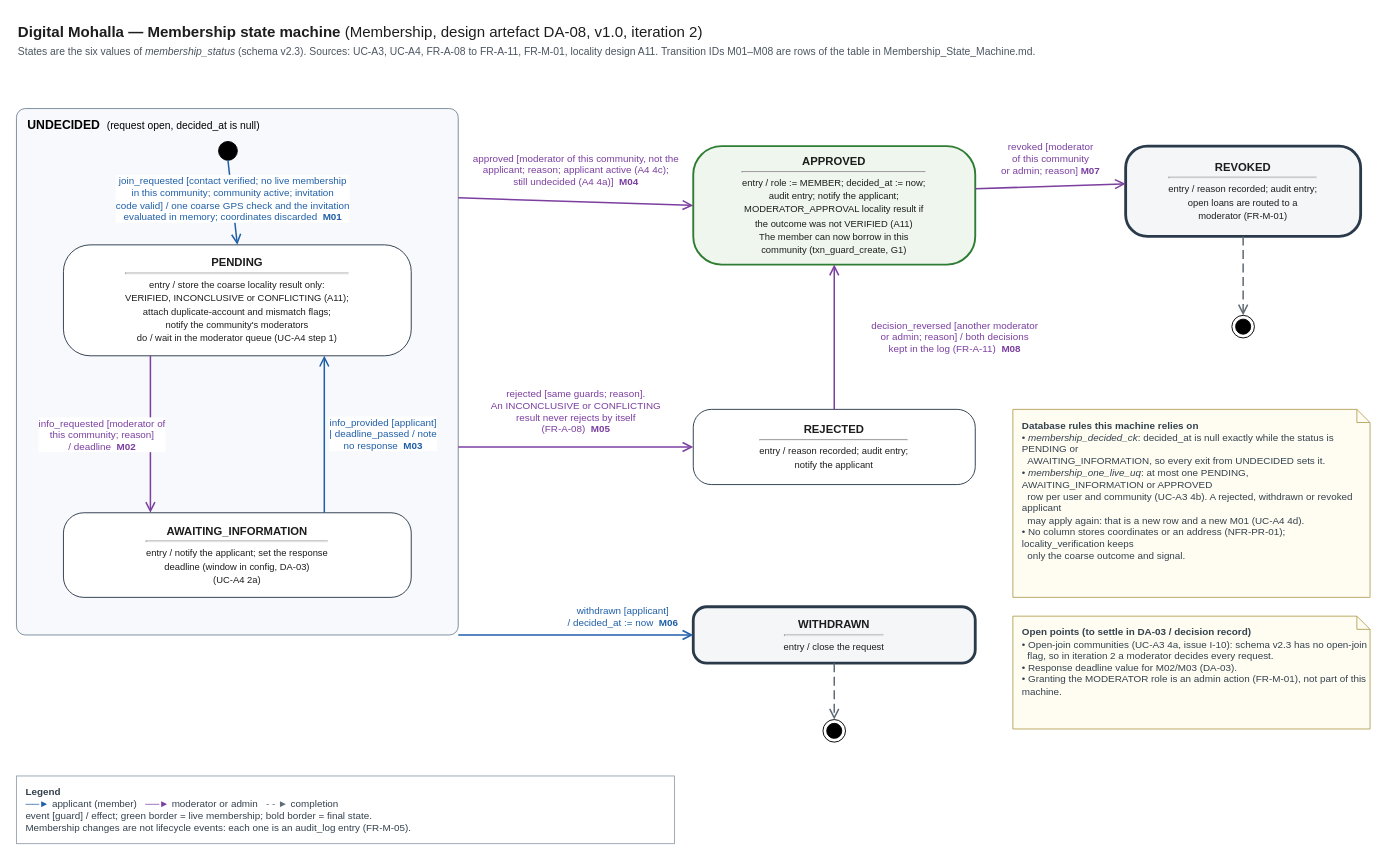
The draw.io diagram docs/design/07_state_machines/membership_state_machine.drawio in Areeba444/DigitalMohalla, before the edit. Source tidied: cells renumbered, new cells numbered last; positions are measured from the earlier drawing's top-left corner, leaving out a move shared by most shapes. Both pictures are drawn from the tidied source at 94%, with x=0, y=0 at pixel (16, 16).
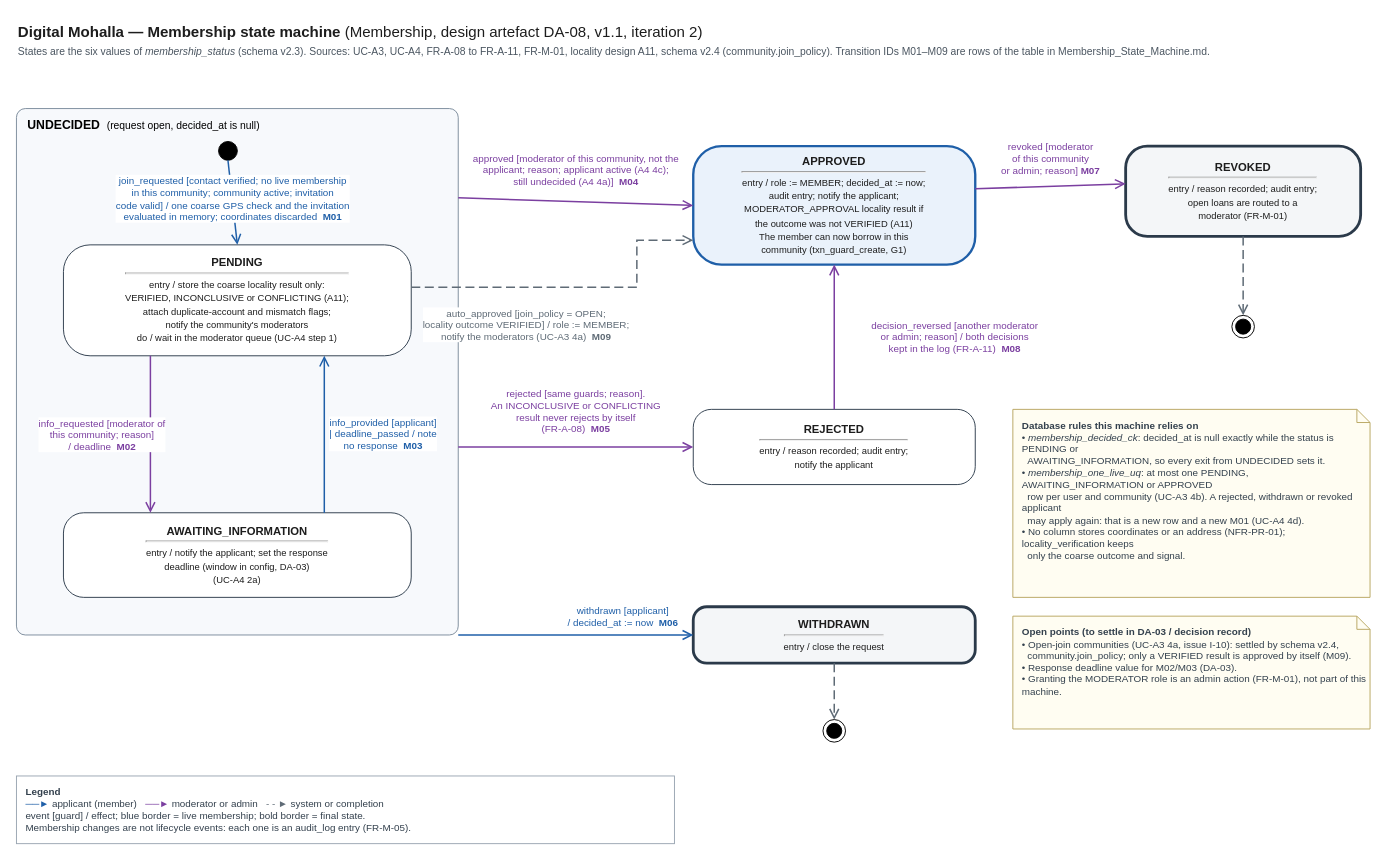
Above is the later version.

Commit message (it also covers changes not shown here):
design(state-machines): lifecycle v3 in place; open-join approval in the membership machine (DA-06, DA-07, DA-08)

Unchanged cells that the change refers to:
```xml
<mxCell id="6" value="&lt;b&gt;PENDING&lt;/b&gt;&lt;hr style='margin:3px 0'&gt;&lt;span style='font-size:10px'&gt;entry / store the coarse locality result only:&lt;br&gt;VERIFIED, INCONCLUSIVE or CONFLICTING (A11);&lt;br&gt;attach duplicate-account and mismatch flags;&lt;br&gt;notify the community's moderators&lt;br&gt;do / wait in the moderator queue (UC-A4 step 1)&lt;/span&gt;" style="rounded=1;arcSize=24;whiteSpace=wrap;html=1;fillColor=#FFFFFF;strokeColor=#2B3A4A;fontSize=12;fontColor=#1D1D1D;verticalAlign=middle;" parent="4" vertex="1">
  <mxGeometry x="50" y="145" width="370" height="118" as="geometry" />
</mxCell>
<mxCell id="10" value="&lt;b&gt;WITHDRAWN&lt;/b&gt;&lt;hr style='margin:3px 0'&gt;&lt;span style='font-size:10px'&gt;entry / close the request&lt;/span&gt;" style="rounded=1;arcSize=24;whiteSpace=wrap;html=1;fillColor=#FFFFFF;strokeColor=#2B3A4A;fontSize=12;fontColor=#1D1D1D;verticalAlign=middle;strokeWidth=3;fillColor=#F4F6F8;" parent="1" vertex="1">
  <mxGeometry x="720" y="628" width="300" height="60" as="geometry" />
</mxCell>
<mxCell id="11" value="&lt;b&gt;REVOKED&lt;/b&gt;&lt;hr style='margin:3px 0'&gt;&lt;span style='font-size:10px'&gt;entry / reason recorded; audit entry;&lt;br&gt;open loans are routed to a&lt;br&gt;moderator (FR-M-01)&lt;/span&gt;" style="rounded=1;arcSize=24;whiteSpace=wrap;html=1;fillColor=#FFFFFF;strokeColor=#2B3A4A;fontSize=12;fontColor=#1D1D1D;verticalAlign=middle;strokeWidth=3;fillColor=#F4F6F8;" parent="1" vertex="1">
  <mxGeometry x="1180" y="138" width="250" height="96" as="geometry" />
</mxCell>
<mxCell id="12" style="ellipse;html=1;shape=endState;fillColor=#000000;strokeColor=#000000;" parent="1" vertex="1">
  <mxGeometry x="858" y="748" width="24" height="24" as="geometry" />
</mxCell>
<mxCell id="13" style="ellipse;html=1;shape=endState;fillColor=#000000;strokeColor=#000000;" parent="1" vertex="1">
  <mxGeometry x="1293" y="318" width="24" height="24" as="geometry" />
</mxCell>
```

The edit, as a diff of the source:
```diff
@@
-    <mxCell id="2" value="&lt;b&gt;Digital Mohalla &amp;#8212; Membership state machine&lt;/b&gt; (Membership, design artefact DA-08, v1.0, iteration 2)" style="text;html=1;whiteSpace=wrap;align=left;verticalAlign=top;fontSize=16;fontStyle=0;fontColor=#1d1d1d;spacing=2;overflow=visible;" parent="1" vertex="1">
+    <mxCell id="2" value="&lt;b&gt;Digital Mohalla &amp;#8212; Membership state machine&lt;/b&gt; (Membership, design artefact DA-08, v1.1, iteration 2)" style="text;html=1;whiteSpace=wrap;align=left;verticalAlign=top;fontSize=16;fontStyle=0;fontColor=#1d1d1d;spacing=2;overflow=visible;" parent="1" vertex="1">
       <mxGeometry width="1100" height="24" as="geometry" />
     </mxCell>
-    <mxCell id="3" value="States are the six values of &lt;i&gt;membership_status&lt;/i&gt; (schema v2.3). Sources: UC-A3, UC-A4, FR-A-08 to FR-A-11, FR-M-01, locality design A11. Transition IDs M01&amp;#8211;M08 are rows of the table in Membership_State_Machine.md." style="text;html=1;whiteSpace=wrap;align=left;verticalAlign=top;fontSize=11;fontStyle=0;fontColor=#4A5560;spacing=2;overflow=visible;" parent="1" vertex="1">
+    <mxCell id="3" value="States are the six values of &lt;i&gt;membership_status&lt;/i&gt; (schema v2.3). Sources: UC-A3, UC-A4, FR-A-08 to FR-A-11, FR-M-01, locality design A11, schema v2.4 (community.join_policy). Transition IDs M01&amp;#8211;M09 are rows of the table in Membership_State_Machine.md." style="text;html=1;whiteSpace=wrap;align=left;verticalAlign=top;fontSize=11;fontStyle=0;fontColor=#4A5560;spacing=2;overflow=visible;" parent="1" vertex="1">
       <mxGeometry y="24" width="1300" height="20" as="geometry" />
     </mxCell>
@@
-    <mxCell id="8" value="&lt;b&gt;APPROVED&lt;/b&gt;&lt;hr style='margin:3px 0'&gt;&lt;span style='font-size:10px'&gt;entry / role := MEMBER; decided_at := now;&lt;br&gt;audit entry; notify the applicant;&lt;br&gt;MODERATOR_APPROVAL locality result if&lt;br&gt;the outcome was not VERIFIED (A11)&lt;br&gt;The member can now borrow in this&lt;br&gt;community (txn_guard_create, G1)&lt;/span&gt;" style="rounded=1;arcSize=24;whiteSpace=wrap;html=1;fillColor=#FFFFFF;strokeColor=#2B3A4A;fontSize=12;fontColor=#1D1D1D;verticalAlign=middle;fillColor=#EEF6EE;strokeColor=#2E7D32;strokeWidth=2;" parent="1" vertex="1">
+    <mxCell id="8" value="&lt;b&gt;APPROVED&lt;/b&gt;&lt;hr style='margin:3px 0'&gt;&lt;span style='font-size:10px'&gt;entry / role := MEMBER; decided_at := now;&lt;br&gt;audit entry; notify the applicant;&lt;br&gt;MODERATOR_APPROVAL locality result if&lt;br&gt;the outcome was not VERIFIED (A11)&lt;br&gt;The member can now borrow in this&lt;br&gt;community (txn_guard_create, G1)&lt;/span&gt;" style="rounded=1;arcSize=24;whiteSpace=wrap;html=1;fillColor=#FFFFFF;strokeColor=#2B3A4A;fontSize=12;fontColor=#1D1D1D;verticalAlign=middle;fillColor=#EAF2FB;strokeColor=#1F5FA8;strokeWidth=2.5;" parent="1" vertex="1">
       <mxGeometry x="720" y="138" width="300" height="126" as="geometry" />
     </mxCell>
@@
-    <mxCell id="22" style="html=1;rounded=0;fontSize=10.5;labelBackgroundColor=#FFFFFF;fontColor=#1d1d1d;endSize=8;strokeColor=#5F6B76;fontColor=#5F6B76;endArrow=open;endFill=0;strokeWidth=1.6;dashed=1;dashPattern=6 3;exitX=0.5;exitY=1;exitDx=0;exitDy=0;exitPerimeter=0;entryX=0.5;entryY=0;entryDx=0;entryDy=0;entryPerimeter=0;" parent="1" edge="1" source="10" target="12">
-      <mxGeometry relative="1" as="geometry" />
+    <mxCell id="22" value="auto_approved [join_policy = OPEN;&lt;br&gt;locality outcome VERIFIED] / role := MEMBER;&lt;br&gt;notify the moderators (UC-A3 4a) &amp;nbsp;&lt;b&gt;M09&lt;/b&gt;" style="html=1;rounded=0;fontSize=10.5;labelBackgroundColor=#FFFFFF;fontColor=#1d1d1d;endSize=8;strokeColor=#5F6B76;fontColor=#5F6B76;endArrow=open;endFill=0;strokeWidth=1.6;dashed=1;dashPattern=6 3;exitX=1;exitY=0.3813559322033898;exitDx=0;exitDy=0;exitPerimeter=0;entryX=0;entryY=0.7936507936507936;entryDx=0;entryDy=0;entryPerimeter=0;" parent="1" edge="1" source="6" target="8">
+      <mxGeometry x="-0.3" relative="1" as="geometry">
+        <Array as="points">
+          <mxPoint x="660" y="288" />
+          <mxPoint x="660" y="238" />
+        </Array>
+        <mxPoint y="40" as="offset" />
+      </mxGeometry>
     </mxCell>
-    <mxCell id="23" style="html=1;rounded=0;fontSize=10.5;labelBackgroundColor=#FFFFFF;fontColor=#1d1d1d;endSize=8;strokeColor=#5F6B76;fontColor=#5F6B76;endArrow=open;endFill=0;strokeWidth=1.6;dashed=1;dashPattern=6 3;exitX=0.5;exitY=1;exitDx=0;exitDy=0;exitPerimeter=0;entryX=0.5;entryY=0;entryDx=0;entryDy=0;entryPerimeter=0;" parent="1" edge="1" source="11" target="13">
+    <mxCell id="23" style="html=1;rounded=0;fontSize=10.5;labelBackgroundColor=#FFFFFF;fontColor=#1d1d1d;endSize=8;strokeColor=#5F6B76;fontColor=#5F6B76;endArrow=open;endFill=0;strokeWidth=1.6;dashed=1;dashPattern=6 3;exitX=0.5;exitY=1;exitDx=0;exitDy=0;exitPerimeter=0;entryX=0.5;entryY=0;entryDx=0;entryDy=0;entryPerimeter=0;" parent="1" edge="1" source="10" target="12">
       <mxGeometry relative="1" as="geometry" />
     </mxCell>
+    <mxCell id="27" style="html=1;rounded=0;fontSize=10.5;labelBackgroundColor=#FFFFFF;fontColor=#1d1d1d;endSize=8;strokeColor=#5F6B76;fontColor=#5F6B76;endArrow=open;endFill=0;strokeWidth=1.6;dashed=1;dashPattern=6 3;exitX=0.5;exitY=1;exitDx=0;exitDy=0;exitPerimeter=0;entryX=0.5;entryY=0;entryDx=0;entryDy=0;entryPerimeter=0;" parent="1" edge="1" source="11" target="13">
+      <mxGeometry relative="1" as="geometry" />
+    </mxCell>
@@
-    <mxCell id="25" value="&lt;b&gt;Open points (to settle in DA-03 / decision record)&lt;/b&gt;&lt;br&gt;&amp;#8226; Open-join communities (UC-A3 4a, issue I-10): schema v2.3 has no open-join&lt;br&gt;&amp;nbsp;&amp;nbsp;flag, so in iteration 2 a moderator decides every request.&lt;br&gt;&amp;#8226; Response deadline value for M02/M03 (DA-03).&lt;br&gt;&amp;#8226; Granting the MODERATOR role is an admin action (FR-M-01), not part of this machine." style="shape=note;whiteSpace=wrap;html=1;size=14;align=left;verticalAlign=top;spacingLeft=8;spacingTop=4;fillColor=#FFFDF2;strokeColor=#B8A660;fontSize=10.5;fontColor=#33404D;" parent="1" vertex="1">
+    <mxCell id="25" value="&lt;b&gt;Open points (to settle in DA-03 / decision record)&lt;/b&gt;&lt;br&gt;&amp;#8226; Open-join communities (UC-A3 4a, issue I-10): settled by schema v2.4,&lt;br&gt;&amp;nbsp;&amp;nbsp;community.join_policy; only a VERIFIED result is approved by itself (M09).&lt;br&gt;&amp;#8226; Response deadline value for M02/M03 (DA-03).&lt;br&gt;&amp;#8226; Granting the MODERATOR role is an admin action (FR-M-01), not part of this machine." style="shape=note;whiteSpace=wrap;html=1;size=14;align=left;verticalAlign=top;spacingLeft=8;spacingTop=4;fillColor=#FFFDF2;strokeColor=#B8A660;fontSize=10.5;fontColor=#33404D;" parent="1" vertex="1">
       <mxGeometry x="1060" y="638" width="380" height="120" as="geometry" />
     </mxCell>
-    <mxCell id="26" value="&lt;b&gt;Legend&lt;/b&gt;&lt;br&gt;&lt;span style='color:#1F5FA8'&gt;&amp;#9472;&amp;#9472;&amp;#9658;&lt;/span&gt; applicant (member) &amp;nbsp; &lt;span style='color:#7B3FA0'&gt;&amp;#9472;&amp;#9472;&amp;#9658;&lt;/span&gt; moderator or admin &amp;nbsp; &lt;span style='color:#5F6B76'&gt;- - &amp;#9658;&lt;/span&gt; completion&lt;br&gt;event [guard] / effect; green border = live membership; bold border = final state.&lt;br&gt;Membership changes are not lifecycle events: each one is an audit_log entry (FR-M-05)." style="rounded=0;whiteSpace=wrap;html=1;align=left;verticalAlign=top;spacingLeft=8;spacingTop=4;fillColor=#FFFFFF;strokeColor=#9AA5B1;fontSize=10.5;fontColor=#33404D;" parent="1" vertex="1">
+    <mxCell id="26" value="&lt;b&gt;Legend&lt;/b&gt;&lt;br&gt;&lt;span style='color:#1F5FA8'&gt;&amp;#9472;&amp;#9472;&amp;#9658;&lt;/span&gt; applicant (member) &amp;nbsp; &lt;span style='color:#7B3FA0'&gt;&amp;#9472;&amp;#9472;&amp;#9658;&lt;/span&gt; moderator or admin &amp;nbsp; &lt;span style='color:#5F6B76'&gt;- - &amp;#9658;&lt;/span&gt; system or completion&lt;br&gt;event [guard] / effect; blue border = live membership; bold border = final state.&lt;br&gt;Membership changes are not lifecycle events: each one is an audit_log entry (FR-M-05)." style="rounded=0;whiteSpace=wrap;html=1;align=left;verticalAlign=top;spacingLeft=8;spacingTop=4;fillColor=#FFFFFF;strokeColor=#9AA5B1;fontSize=10.5;fontColor=#33404D;" parent="1" vertex="1">
       <mxGeometry y="808" width="700" height="72" as="geometry" />
     </mxCell>
```
